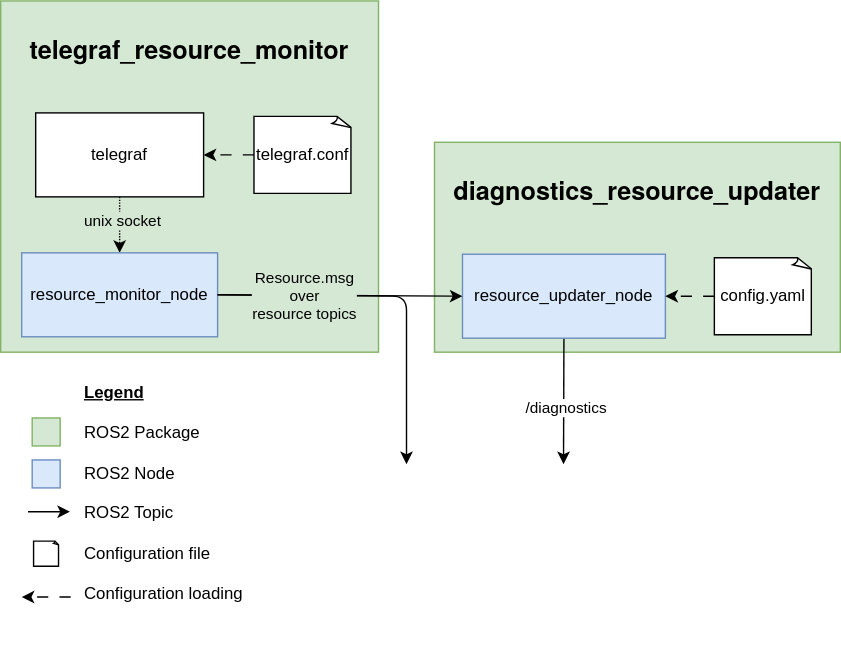
Bart-van-Ingen/telegraf_resource_monitor keeps this draw.io diagram as images/architecture_diagram.drawio.svg. Above is the earlier version. Source tidied: cells renumbered, new cells last; positions are measured from the earlier drawing's top-left corner, leaving out a move shared by most shapes.
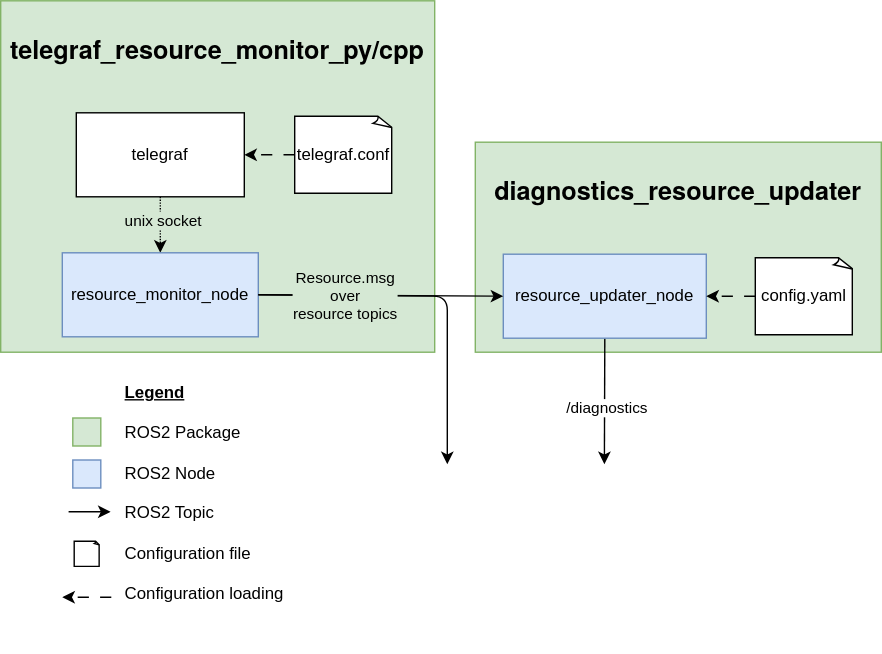
Above is the later version.

Diff of the diagram source:
```diff
@@ -2,8 +2,8 @@
   <root>
     <mxCell id="0" />
     <mxCell id="1" parent="0" />
-    <mxCell id="2" value="&lt;h3 style=&quot;--tw-border-spacing-x: 0; --tw-border-spacing-y: 0; --tw-translate-x: 0; --tw-translate-y: 0; --tw-rotate: 0; --tw-skew-x: 0; --tw-skew-y: 0; --tw-scale-x: 1; --tw-scale-y: 1; --tw-pan-x: ; --tw-pan-y: ; --tw-pinch-zoom: ; --tw-scroll-snap-strictness: proximity; --tw-gradient-from-position: ; --tw-gradient-via-position: ; --tw-gradient-to-position: ; --tw-ordinal: ; --tw-slashed-zero: ; --tw-numeric-figure: ; --tw-numeric-spacing: ; --tw-numeric-fraction: ; --tw-ring-inset: ; --tw-ring-offset-width: 0px; --tw-ring-offset-color: #fff; --tw-ring-color: rgb(59 130 246 / .5); --tw-ring-offset-shadow: 0 0 #0000; --tw-ring-shadow: 0 0 #0000; --tw-shadow: 0 0 #0000; --tw-shadow-colored: 0 0 #0000; --tw-blur: ; --tw-brightness: ; --tw-contrast: ; --tw-grayscale: ; --tw-hue-rotate: ; --tw-invert: ; --tw-saturate: ; --tw-sepia: ; --tw-drop-shadow: ; --tw-backdrop-blur: ; --tw-backdrop-brightness: ; --tw-backdrop-contrast: ; --tw-backdrop-grayscale: ; --tw-backdrop-hue-rotate: ; --tw-backdrop-invert: ; --tw-backdrop-opacity: ; --tw-backdrop-saturate: ; --tw-backdrop-sepia: ; line-height: 1.2; margin-top: 1em; margin-bottom: 16px; color: rgb(0, 0, 0); font-size: 1.5em; font-family: &amp;quot;Helvetica Neue&amp;quot;, Helvetica, &amp;quot;Segoe UI&amp;quot;, Arial, freesans, sans-serif; text-align: start;&quot; id=&quot;telegraf_resource_monitor&quot;&gt;telegraf_resource_monitor&lt;/h3&gt;&lt;div&gt;&lt;br&gt;&lt;/div&gt;" style="whiteSpace=wrap;html=1;verticalAlign=top;fillColor=#d5e8d4;strokeColor=#82b366;labelBackgroundColor=none;" parent="1" vertex="1">
-      <mxGeometry width="270" height="251" as="geometry" />
+    <mxCell id="2" value="&lt;h3 style=&quot;--tw-border-spacing-x: 0; --tw-border-spacing-y: 0; --tw-translate-x: 0; --tw-translate-y: 0; --tw-rotate: 0; --tw-skew-x: 0; --tw-skew-y: 0; --tw-scale-x: 1; --tw-scale-y: 1; --tw-pan-x: ; --tw-pan-y: ; --tw-pinch-zoom: ; --tw-scroll-snap-strictness: proximity; --tw-gradient-from-position: ; --tw-gradient-via-position: ; --tw-gradient-to-position: ; --tw-ordinal: ; --tw-slashed-zero: ; --tw-numeric-figure: ; --tw-numeric-spacing: ; --tw-numeric-fraction: ; --tw-ring-inset: ; --tw-ring-offset-width: 0px; --tw-ring-offset-color: light-dark(#fff, #000000); --tw-ring-color: rgb(59 130 246 / .5); --tw-ring-offset-shadow: 0 0 #0000; --tw-ring-shadow: 0 0 #0000; --tw-shadow: 0 0 #0000; --tw-shadow-colored: 0 0 #0000; --tw-blur: ; --tw-brightness: ; --tw-contrast: ; --tw-grayscale: ; --tw-hue-rotate: ; --tw-invert: ; --tw-saturate: ; --tw-sepia: ; --tw-drop-shadow: ; --tw-backdrop-blur: ; --tw-backdrop-brightness: ; --tw-backdrop-contrast: ; --tw-backdrop-grayscale: ; --tw-backdrop-hue-rotate: ; --tw-backdrop-invert: ; --tw-backdrop-opacity: ; --tw-backdrop-saturate: ; --tw-backdrop-sepia: ; line-height: 1.2; margin-top: 1em; margin-bottom: 16px; color: rgb(0, 0, 0); font-size: 1.5em; font-family: &amp;quot;Helvetica Neue&amp;quot;, Helvetica, &amp;quot;Segoe UI&amp;quot;, Arial, freesans, sans-serif; text-align: start;&quot; id=&quot;telegraf_resource_monitor&quot;&gt;telegraf_resource_monitor_py/cpp&lt;/h3&gt;" style="whiteSpace=wrap;html=1;verticalAlign=top;fillColor=#d5e8d4;strokeColor=#82b366;labelBackgroundColor=none;" parent="1" vertex="1">
+      <mxGeometry x="-29" width="310" height="251" as="geometry" />
     </mxCell>
     <mxCell id="3" style="edgeStyle=none;html=1;dashed=1;dashPattern=1 1;" parent="1" edge="1" source="5" target="6">
       <mxGeometry relative="1" as="geometry" />
```
